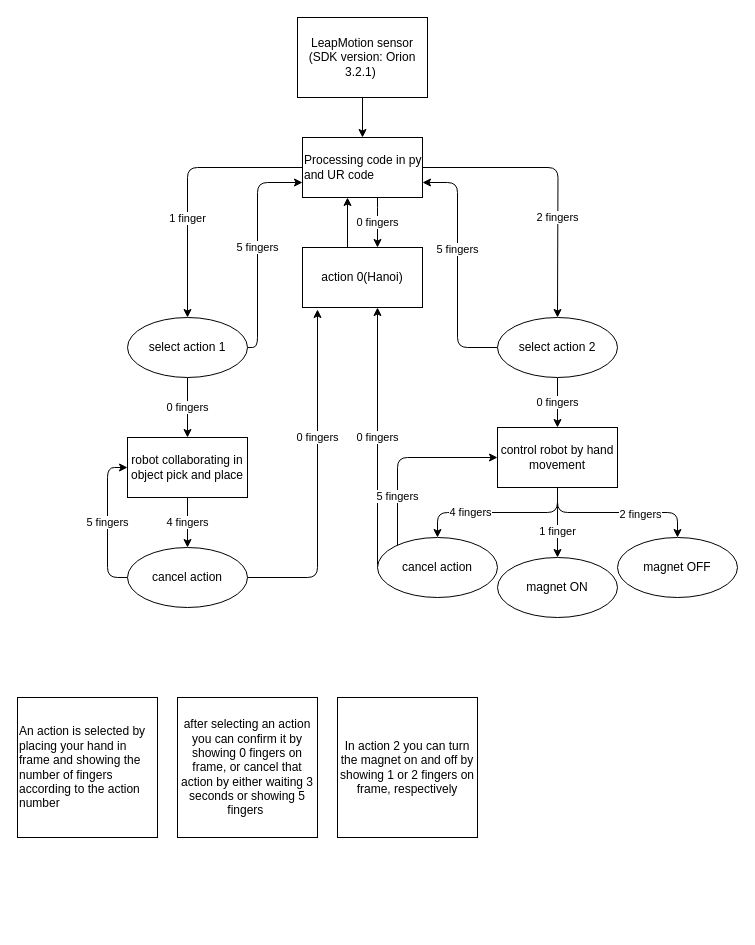
The draw.io diagram diagram.drawio in luisleitao181/leapmotion_UR3, before the edit. Source tidied: cells renumbered, new cells numbered last; positions are measured from the earlier drawing's top-left corner, leaving out a move shared by most shapes. Both pictures are drawn from the tidied source at 100%, with x=0, y=0 at pixel (17, 17).
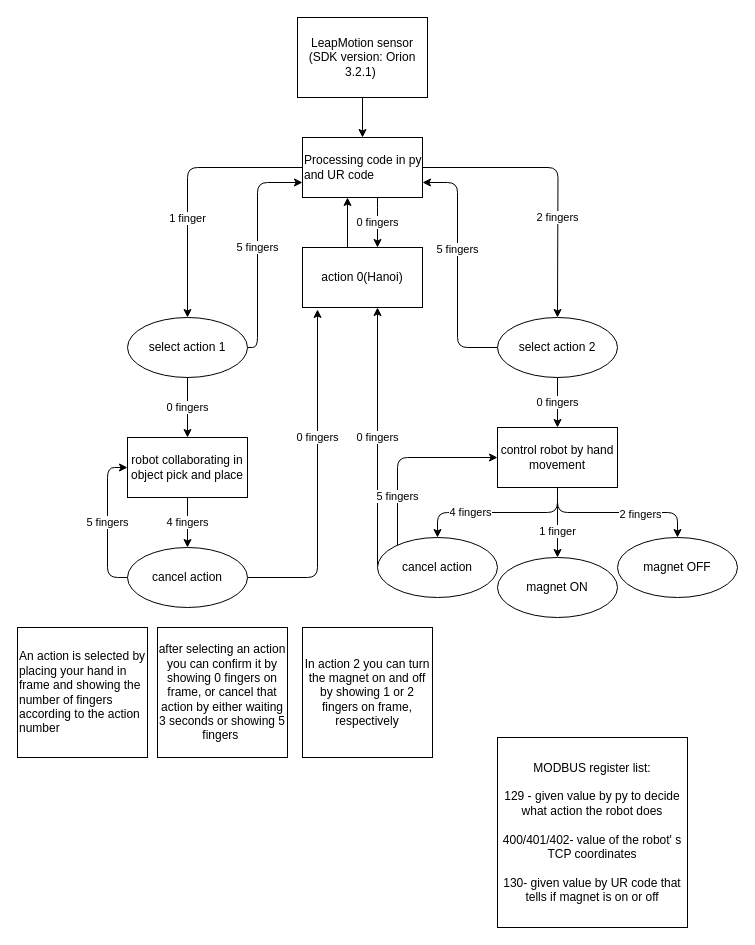
Above is the later version.

What changed in the source:
```diff
@@
     <mxCell id="31" value="An action is selected by placing your hand in frame and showing the number of fingers according to the action number&amp;nbsp;" style="whiteSpace=wrap;html=1;align=left;" parent="1" vertex="1">
-      <mxGeometry y="680" width="140" height="140" as="geometry" />
+      <mxGeometry y="610" width="130" height="130" as="geometry" />
     </mxCell>
     <mxCell id="32" value="after selecting an action you can confirm it by showing 0 fingers on frame, or cancel that action by either waiting 3 seconds or showing 5 fingers&amp;nbsp;" style="whiteSpace=wrap;html=1;" parent="1" vertex="1">
-      <mxGeometry x="160" y="680" width="140" height="140" as="geometry" />
+      <mxGeometry x="140" y="610" width="130" height="130" as="geometry" />
     </mxCell>
     <mxCell id="33" value="In action 2 you can turn the magnet on and off by showing 1 or 2 fingers on frame, respectively" style="whiteSpace=wrap;html=1;" parent="1" vertex="1">
-      <mxGeometry x="320" y="680" width="140" height="140" as="geometry" />
+      <mxGeometry x="285" y="610" width="130" height="130" as="geometry" />
     </mxCell>
+    <mxCell id="34" value="MODBUS register list:&lt;br&gt;&lt;br&gt;129 - given value by py to decide what action the robot does&lt;br&gt;&lt;br&gt;400/401/402- value of the robot' s TCP coordinates&lt;br&gt;&lt;br&gt;130- given value by UR code that tells if magnet is on or off" style="whiteSpace=wrap;html=1;" parent="1" vertex="1">
+      <mxGeometry x="480" y="720" width="190" height="190" as="geometry" />
+    </mxCell>
```
